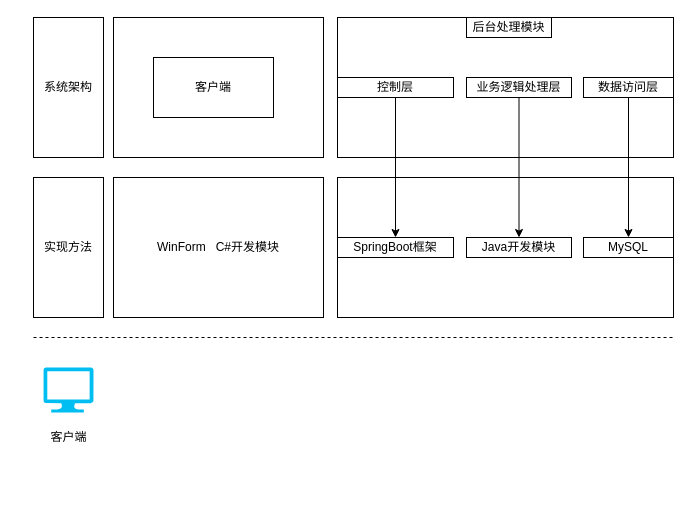
Before: Untitled Diagram.drawio in shehuinidataoge/-, a draw.io diagram. Source tidied: cells renumbered, new cells numbered last; positions are measured from the earlier drawing's top-left corner, leaving out a move shared by most shapes. Both pictures are drawn from the tidied source at 100%, with x=0, y=0 at pixel (33, 17).
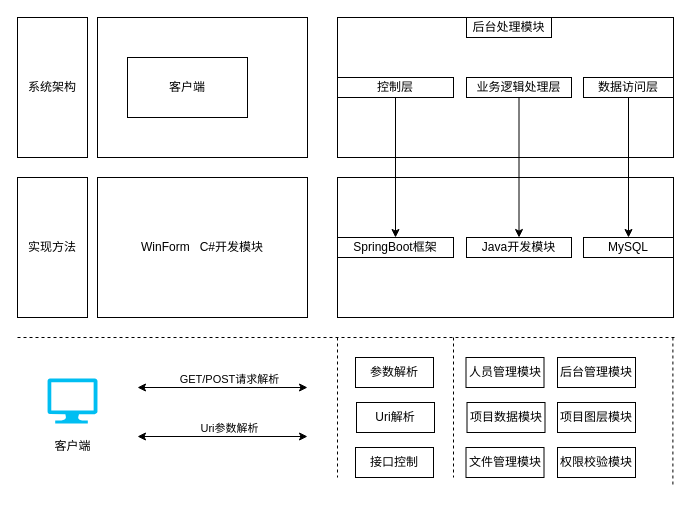
The same page after the edit.

Diff of the diagram source:
```diff
@@
     <mxCell id="2" style="rounded=0;whiteSpace=wrap;html=1;" parent="1" vertex="1">
-      <mxGeometry x="80" width="210" height="140" as="geometry" />
+      <mxGeometry x="64" width="210" height="140" as="geometry" />
     </mxCell>
     <mxCell id="3" value="系统架构" style="rounded=0;whiteSpace=wrap;html=1;" parent="1" vertex="1">
-      <mxGeometry width="70" height="140" as="geometry" />
+      <mxGeometry x="-16" width="70" height="140" as="geometry" />
     </mxCell>
@@
     <mxCell id="5" value="WinForm&amp;nbsp; &amp;nbsp;C#开发模块" style="rounded=0;whiteSpace=wrap;html=1;" parent="1" vertex="1">
-      <mxGeometry x="80" y="160" width="210" height="140" as="geometry" />
+      <mxGeometry x="64" y="160" width="210" height="140" as="geometry" />
     </mxCell>
     <mxCell id="6" value="客户端" style="rounded=0;whiteSpace=wrap;html=1;" parent="1" vertex="1">
-      <mxGeometry x="120" y="40" width="120" height="60" as="geometry" />
+      <mxGeometry x="94" y="40" width="120" height="60" as="geometry" />
     </mxCell>
@@
     <mxCell id="11" value="实现方法" style="rounded=0;whiteSpace=wrap;html=1;" parent="1" vertex="1">
-      <mxGeometry y="160" width="70" height="140" as="geometry" />
+      <mxGeometry x="-16" y="160" width="70" height="140" as="geometry" />
     </mxCell>
@@
     <mxCell id="20" style="endArrow=none;dashed=1;html=1;rounded=0;fontFamily=Helvetica;fontSize=12;fontColor=default;" parent="1" edge="1">
       <mxGeometry relative="1" as="geometry">
-        <mxPoint y="320" as="sourcePoint" />
-        <mxPoint x="640" y="320" as="targetPoint" />
+        <mxPoint x="-16" y="320" as="sourcePoint" />
+        <mxPoint x="644" y="320" as="targetPoint" />
       </mxGeometry>
     </mxCell>
     <mxCell id="21" style="verticalLabelPosition=bottom;html=1;verticalAlign=top;align=center;strokeColor=none;fillColor=#00BEF2;shape=mxgraph.azure.computer;rounded=0;fontFamily=Helvetica;fontSize=12;fontColor=default;" parent="1" vertex="1">
-      <mxGeometry x="10" y="350" width="50" height="45" as="geometry" />
+      <mxGeometry x="14" y="361" width="50" height="45" as="geometry" />
     </mxCell>
     <mxCell id="22" value="客户端" style="text;html=1;align=center;verticalAlign=middle;strokeColor=none;fillColor=none;fontSize=12;fontFamily=Helvetica;fontColor=default;" parent="1" vertex="1">
-      <mxGeometry x="10" y="410" width="50" height="20" as="geometry" />
+      <mxGeometry x="14" y="419" width="50" height="20" as="geometry" />
     </mxCell>
+    <mxCell id="23" style="endArrow=none;dashed=1;html=1;rounded=0;fontFamily=Helvetica;fontSize=12;fontColor=default;" parent="1" edge="1">
+      <mxGeometry relative="1" as="geometry">
+        <mxPoint x="304" y="320" as="sourcePoint" />
+        <mxPoint x="304" y="460" as="targetPoint" />
+      </mxGeometry>
+    </mxCell>
+    <mxCell id="24" style="endArrow=none;dashed=1;html=1;rounded=0;fontFamily=Helvetica;fontSize=12;fontColor=default;" parent="1" edge="1">
+      <mxGeometry relative="1" as="geometry">
+        <mxPoint x="639.4" y="320" as="sourcePoint" />
+        <mxPoint x="639.4" y="470" as="targetPoint" />
+      </mxGeometry>
+    </mxCell>
+    <mxCell id="25" value="参数解析" style="rounded=0;whiteSpace=wrap;html=1;" parent="1" vertex="1">
+      <mxGeometry x="322" y="340" width="78" height="30" as="geometry" />
+    </mxCell>
+    <mxCell id="26" value="Uri解析" style="rounded=0;whiteSpace=wrap;html=1;" parent="1" vertex="1">
+      <mxGeometry x="323" y="385" width="78" height="30" as="geometry" />
+    </mxCell>
+    <mxCell id="27" value="接口控制" style="rounded=0;whiteSpace=wrap;html=1;" parent="1" vertex="1">
+      <mxGeometry x="322" y="430" width="78" height="30" as="geometry" />
+    </mxCell>
+    <mxCell id="28" style="endArrow=none;dashed=1;html=1;rounded=0;fontFamily=Helvetica;fontSize=12;fontColor=default;" parent="1" edge="1">
+      <mxGeometry relative="1" as="geometry">
+        <mxPoint x="420" y="320" as="sourcePoint" />
+        <mxPoint x="420" y="460" as="targetPoint" />
+      </mxGeometry>
+    </mxCell>
+    <mxCell id="29" style="endArrow=classic;startArrow=classic;html=1;rounded=0;" parent="1" edge="1">
+      <mxGeometry relative="1" as="geometry">
+        <mxPoint x="104" y="370" as="sourcePoint" />
+        <mxPoint x="274" y="370" as="targetPoint" />
+      </mxGeometry>
+    </mxCell>
+    <mxCell id="30" value="GET/POST请求解析" style="edgeLabel;html=1;align=center;verticalAlign=middle;" parent="29" vertex="1">
+      <mxGeometry x="0.08" relative="1" as="geometry">
+        <mxPoint x="-1" y="-9" as="offset" />
+      </mxGeometry>
+    </mxCell>
+    <mxCell id="31" style="endArrow=classic;startArrow=classic;html=1;rounded=0;" parent="1" edge="1">
+      <mxGeometry relative="1" as="geometry">
+        <mxPoint x="104" y="419" as="sourcePoint" />
+        <mxPoint x="274" y="419" as="targetPoint" />
+      </mxGeometry>
+    </mxCell>
+    <mxCell id="32" value="Uri参数解析" style="edgeLabel;html=1;align=center;verticalAlign=middle;" parent="31" vertex="1">
+      <mxGeometry x="0.08" relative="1" as="geometry">
+        <mxPoint x="-1" y="-9" as="offset" />
+      </mxGeometry>
+    </mxCell>
+    <mxCell id="33" value="人员管理模块" style="rounded=0;whiteSpace=wrap;html=1;" parent="1" vertex="1">
+      <mxGeometry x="432.5" y="340" width="78" height="30" as="geometry" />
+    </mxCell>
+    <mxCell id="34" value="项目数据模块" style="rounded=0;whiteSpace=wrap;html=1;" parent="1" vertex="1">
+      <mxGeometry x="433.5" y="385" width="78" height="30" as="geometry" />
+    </mxCell>
+    <mxCell id="35" value="文件管理模块" style="rounded=0;whiteSpace=wrap;html=1;" parent="1" vertex="1">
+      <mxGeometry x="432.5" y="430" width="78" height="30" as="geometry" />
+    </mxCell>
+    <mxCell id="36" value="后台管理模块" style="rounded=0;whiteSpace=wrap;html=1;" parent="1" vertex="1">
+      <mxGeometry x="524" y="340" width="78" height="30" as="geometry" />
+    </mxCell>
+    <mxCell id="37" value="项目图层模块" style="rounded=0;whiteSpace=wrap;html=1;" parent="1" vertex="1">
+      <mxGeometry x="524" y="385" width="78" height="30" as="geometry" />
+    </mxCell>
+    <mxCell id="38" value="权限校验模块" style="rounded=0;whiteSpace=wrap;html=1;" parent="1" vertex="1">
+      <mxGeometry x="524" y="430" width="78" height="30" as="geometry" />
+    </mxCell>
```
